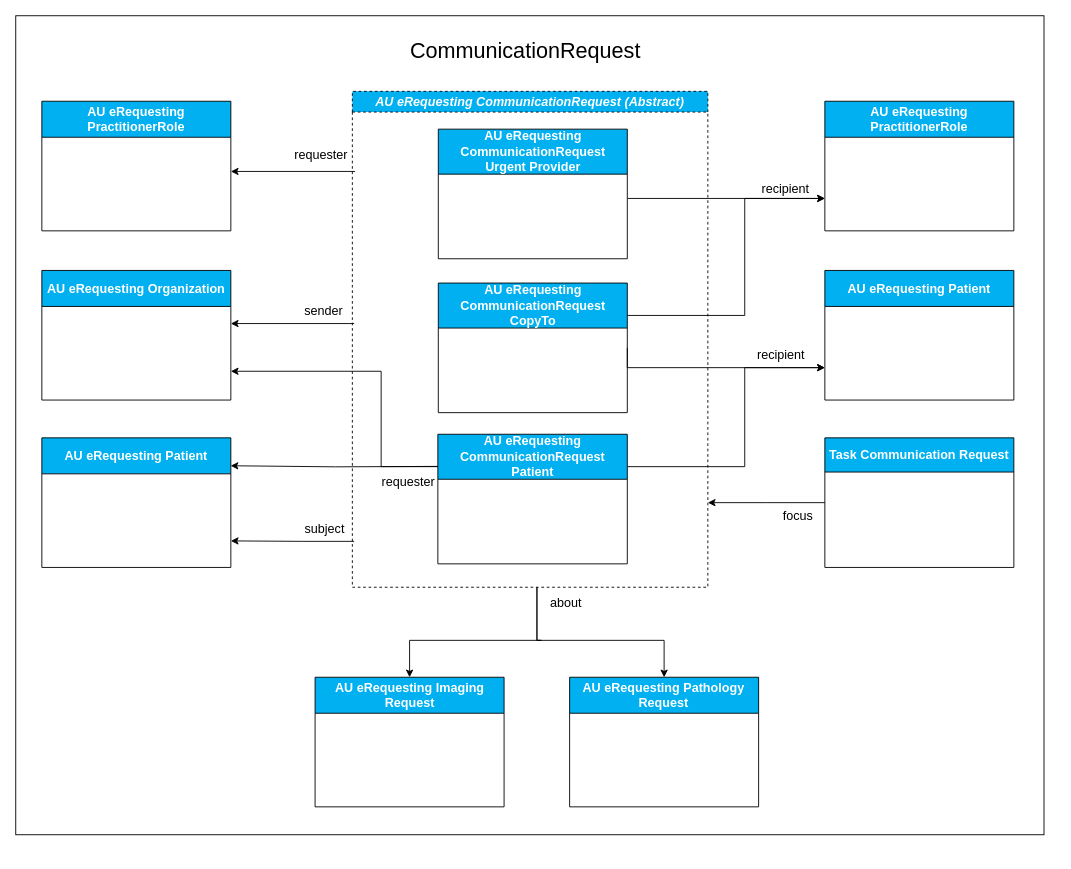
The draw.io diagram page "au-erequesting-profiles-communicationrequest" (4 of 4) of input/images-source/au-erequesting-profiles.drawio in hl7au/au-fhir-erequesting, before the edit. Source tidied: cells renumbered, new cells numbered last; positions are measured from the earlier drawing's top-left corner, leaving out a move shared by most shapes. Both pictures are drawn from the tidied source at 90%, with x=0, y=0 at pixel (15, 15).
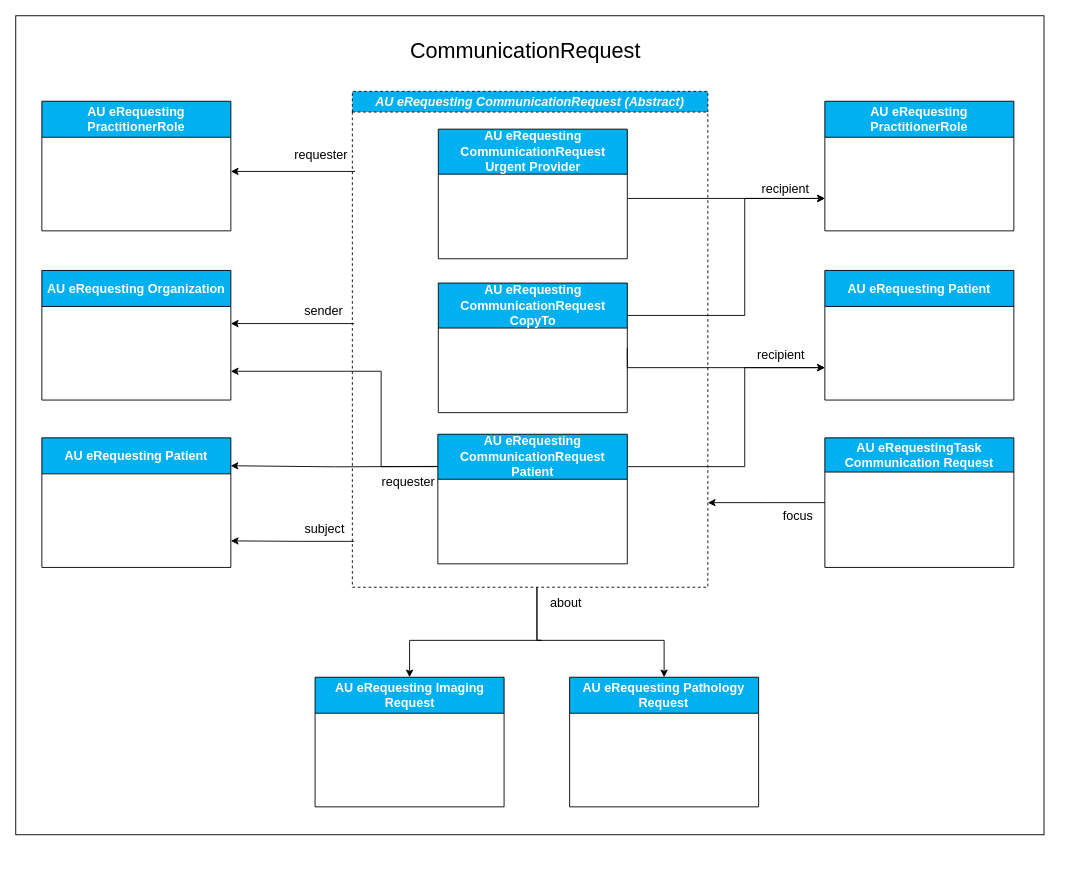
Above is the later version.

Commit message (it also covers changes not shown here):
Corrected profile name in communicationrequest profiles diagram

Unchanged cells that the change refers to:
```xml
<mxCell id="2" style="group;" parent="1" vertex="1">
  <mxGeometry x="10" width="1145" height="930" as="geometry" />
</mxCell>
```

Diff of the diagram source:
```diff
@@
-    <mxCell id="13" value="&lt;font style=&quot;font-size: 14px;&quot;&gt;Task Communication Request&lt;/font&gt;" style="swimlane;whiteSpace=wrap;html=1;startSize=38;fillColor=#00B0F0;fontColor=#FFFFFF;" parent="2" vertex="1">
+    <mxCell id="13" value="&lt;font style=&quot;font-size: 14px;&quot;&gt;AU eRequestingTask Communication Request&lt;/font&gt;" style="swimlane;whiteSpace=wrap;html=1;startSize=38;fillColor=#00B0F0;fontColor=#FFFFFF;" parent="2" vertex="1">
       <mxGeometry x="889" y="469" width="210" height="144" as="geometry" />
     </mxCell>
```
